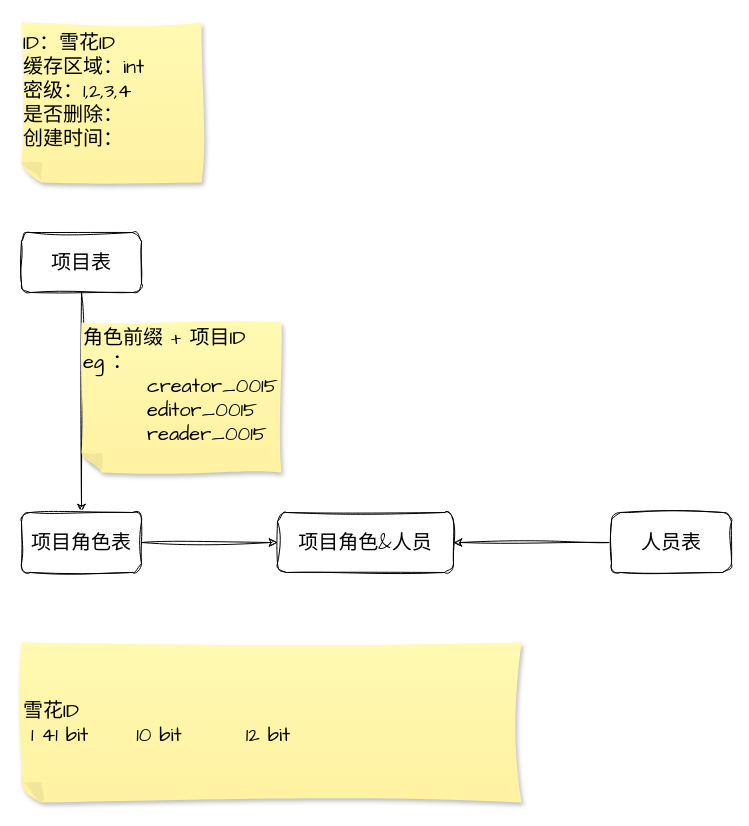
Above: page "表结构" (5 of 5) of 系统设计/250506_upload_download.drawio in Utihbi/pics (draw.io), before the change. Source tidied: cells renumbered, new cells numbered last; positions are measured from the earlier drawing's top-left corner, leaving out a move shared by most shapes. Both pictures are drawn from the tidied source at 100%, with x=0, y=0 at pixel (21, 22).
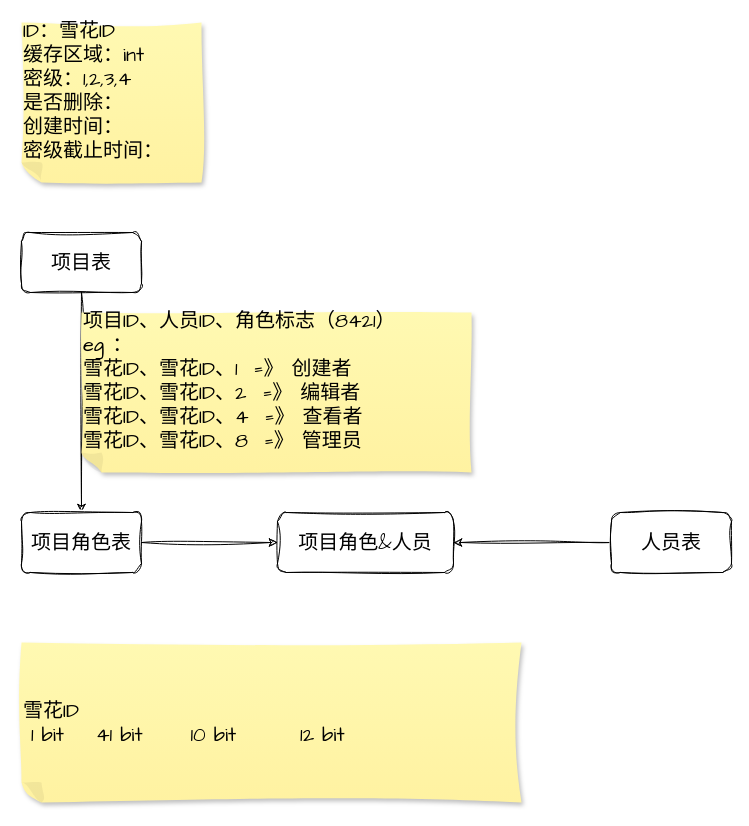
Above is the later version.

Diff of the diagram source:
```diff
@@
 <mxGraphModel>
   <root>
     <mxCell id="0" />
     <mxCell id="1" parent="0" />
     <mxCell id="2" style="edgeStyle=orthogonalEdgeStyle;rounded=0;sketch=1;hachureGap=4;jiggle=2;curveFitting=1;jettySize=auto;html=1;entryX=0.5;entryY=0;entryDx=0;entryDy=0;fontFamily=Architects Daughter;" parent="1" edge="1" source="3" target="5">
       <mxGeometry relative="1" as="geometry" />
     </mxCell>
     <mxCell id="3" value="项目表" style="rounded=1;whiteSpace=wrap;html=1;sketch=1;hachureGap=4;jiggle=2;curveFitting=1;fontFamily=Architects Daughter;fontSize=20;" parent="1" vertex="1">
       <mxGeometry y="210" width="120" height="60" as="geometry" />
     </mxCell>
     <mxCell id="4" style="edgeStyle=orthogonalEdgeStyle;rounded=0;sketch=1;hachureGap=4;jiggle=2;curveFitting=1;jettySize=auto;html=1;exitX=1;exitY=0.5;exitDx=0;exitDy=0;fontFamily=Architects Daughter;" parent="1" edge="1" source="5" target="8">
       <mxGeometry relative="1" as="geometry" />
     </mxCell>
     <mxCell id="5" value="项目角色表" style="rounded=1;whiteSpace=wrap;html=1;sketch=1;hachureGap=4;jiggle=2;curveFitting=1;fontFamily=Architects Daughter;fontSize=20;" parent="1" vertex="1">
       <mxGeometry y="490" width="120" height="60" as="geometry" />
     </mxCell>
     <mxCell id="6" style="edgeStyle=orthogonalEdgeStyle;rounded=0;sketch=1;hachureGap=4;jiggle=2;curveFitting=1;jettySize=auto;html=1;exitX=0;exitY=0.5;exitDx=0;exitDy=0;entryX=1;entryY=0.5;entryDx=0;entryDy=0;fontFamily=Architects Daughter;" parent="1" edge="1" source="7" target="8">
       <mxGeometry relative="1" as="geometry" />
     </mxCell>
     <mxCell id="7" value="人员表" style="rounded=1;whiteSpace=wrap;html=1;sketch=1;hachureGap=4;jiggle=2;curveFitting=1;fontFamily=Architects Daughter;fontSize=20;" parent="1" vertex="1">
       <mxGeometry x="590" y="490" width="120" height="60" as="geometry" />
     </mxCell>
     <mxCell id="8" value="项目角色&amp;amp;人员" style="rounded=1;whiteSpace=wrap;html=1;sketch=1;hachureGap=4;jiggle=2;curveFitting=1;fontFamily=Architects Daughter;fontSize=20;" parent="1" vertex="1">
       <mxGeometry x="256" y="490" width="176" height="60" as="geometry" />
     </mxCell>
-    <mxCell id="9" value="角色前缀 + 项目ID&lt;div&gt;eg ：&lt;br&gt;&lt;div&gt;&lt;span style=&quot;white-space: pre;&quot;&gt;&#9;&lt;/span&gt;creator_0015&lt;/div&gt;&lt;div&gt;&lt;span style=&quot;white-space: pre;&quot;&gt;&#9;&lt;/span&gt;editor_0015&lt;/div&gt;&lt;div&gt;&lt;span style=&quot;white-space: pre;&quot;&gt;&#9;&lt;/span&gt;reader_0015&lt;/div&gt;&lt;div&gt;&amp;nbsp;&lt;/div&gt;&lt;/div&gt;" style="shape=note;whiteSpace=wrap;html=1;backgroundOutline=1;fontColor=#000000;darkOpacity=0.05;fillColor=#FFF9B2;strokeColor=none;fillStyle=solid;direction=west;gradientDirection=north;gradientColor=#FFF2A1;shadow=1;size=20;sketch=1;hachureGap=4;jiggle=2;curveFitting=1;fontFamily=Architects Daughter;fontSize=20;align=left;" parent="1" vertex="1">
-      <mxGeometry x="60" y="300" width="200" height="150" as="geometry" />
+    <mxCell id="9" value="项目ID、人员ID、角色标志（8421）&lt;div&gt;eg ：&lt;br&gt;&lt;div&gt;雪花ID、雪花ID、1&amp;nbsp; =》 创建者&lt;/div&gt;&lt;div&gt;&lt;span style=&quot;background-color: transparent; color: light-dark(rgb(0, 0, 0), rgb(237, 237, 237));&quot;&gt;雪花ID、雪花ID、2&amp;nbsp; =》 编辑者&lt;/span&gt;&lt;/div&gt;&lt;div&gt;&lt;span style=&quot;background-color: transparent; color: light-dark(rgb(0, 0, 0), rgb(237, 237, 237));&quot;&gt;雪花ID、雪花ID、4&amp;nbsp; =》 查看者&lt;/span&gt;&lt;/div&gt;&lt;div&gt;&lt;span style=&quot;background-color: transparent; color: light-dark(rgb(0, 0, 0), rgb(237, 237, 237));&quot;&gt;雪花ID、雪花ID、8&amp;nbsp; =》 管理员&lt;/span&gt;&lt;span style=&quot;white-space: pre;&quot;&gt;&#9;&lt;/span&gt;&lt;/div&gt;&lt;div&gt;&amp;nbsp;&lt;/div&gt;&lt;/div&gt;" style="shape=note;whiteSpace=wrap;html=1;backgroundOutline=1;fontColor=#000000;darkOpacity=0.05;fillColor=#FFF9B2;strokeColor=none;fillStyle=solid;direction=west;gradientDirection=north;gradientColor=#FFF2A1;shadow=1;size=20;sketch=1;hachureGap=4;jiggle=2;curveFitting=1;fontFamily=Architects Daughter;fontSize=20;align=left;" parent="1" vertex="1">
+      <mxGeometry x="60" y="290" width="390" height="160" as="geometry" />
     </mxCell>
-    <mxCell id="10" value="雪花ID&lt;div&gt;&amp;nbsp;1 41 bit&amp;nbsp; &amp;nbsp; &amp;nbsp; 10 bit&amp;nbsp; &amp;nbsp; &amp;nbsp; &amp;nbsp; 12 bit&lt;/div&gt;" style="shape=note;whiteSpace=wrap;html=1;backgroundOutline=1;fontColor=#000000;darkOpacity=0.05;fillColor=#FFF9B2;strokeColor=none;fillStyle=solid;direction=west;gradientDirection=north;gradientColor=#FFF2A1;shadow=1;size=20;sketch=1;hachureGap=4;jiggle=2;curveFitting=1;fontFamily=Architects Daughter;fontSize=20;align=left;" parent="1" vertex="1">
+    <mxCell id="10" value="雪花ID&lt;div&gt;&amp;nbsp;1 bit&amp;nbsp; &amp;nbsp; 41 bit&amp;nbsp; &amp;nbsp; &amp;nbsp; 10 bit&amp;nbsp; &amp;nbsp; &amp;nbsp; &amp;nbsp; 12 bit&lt;/div&gt;" style="shape=note;whiteSpace=wrap;html=1;backgroundOutline=1;fontColor=#000000;darkOpacity=0.05;fillColor=#FFF9B2;strokeColor=none;fillStyle=solid;direction=west;gradientDirection=north;gradientColor=#FFF2A1;shadow=1;size=20;sketch=1;hachureGap=4;jiggle=2;curveFitting=1;fontFamily=Architects Daughter;fontSize=20;align=left;" parent="1" vertex="1">
       <mxGeometry y="620" width="500" height="160" as="geometry" />
     </mxCell>
-    <mxCell id="11" value="ID：雪花ID&lt;div&gt;缓存区域：int&lt;/div&gt;&lt;div&gt;密级：1,2,3,4&lt;/div&gt;&lt;div&gt;是否删除：&lt;/div&gt;&lt;div&gt;创建时间：&lt;/div&gt;&lt;div&gt;&lt;br&gt;&lt;/div&gt;" style="shape=note;whiteSpace=wrap;html=1;backgroundOutline=1;fontColor=#000000;darkOpacity=0.05;fillColor=#FFF9B2;strokeColor=none;fillStyle=solid;direction=west;gradientDirection=north;gradientColor=#FFF2A1;shadow=1;size=20;sketch=1;hachureGap=4;jiggle=2;curveFitting=1;fontFamily=Architects Daughter;fontSize=20;align=left;" parent="1" vertex="1">
+    <mxCell id="11" value="ID：雪花ID&lt;div&gt;缓存区域：int&lt;/div&gt;&lt;div&gt;密级：1,2,3,4&lt;/div&gt;&lt;div&gt;是否删除：&lt;/div&gt;&lt;div&gt;创建时间：&lt;/div&gt;&lt;div&gt;密级截止时间：&lt;/div&gt;&lt;div&gt;&lt;br&gt;&lt;/div&gt;" style="shape=note;whiteSpace=wrap;html=1;backgroundOutline=1;fontColor=#000000;darkOpacity=0.05;fillColor=#FFF9B2;strokeColor=none;fillStyle=solid;direction=west;gradientDirection=north;gradientColor=#FFF2A1;shadow=1;size=20;sketch=1;hachureGap=4;jiggle=2;curveFitting=1;fontFamily=Architects Daughter;fontSize=20;align=left;" parent="1" vertex="1">
       <mxGeometry width="180" height="160" as="geometry" />
     </mxCell>
   </root>
 </mxGraphModel>
```
